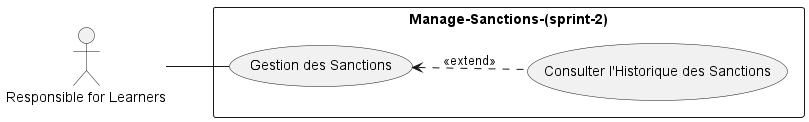
Before: out/Functional Branch/Use Case/Use-Case-Sprint2/Use-Case-Sprint2.png, a diagram exported from PlantUML (Tribak-Ayoub/Project-fil-rouge).
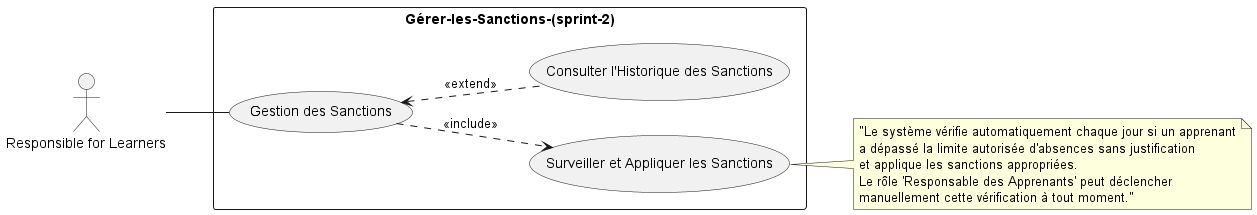
The same file after the commit.

Change to the diagram source:
```diff
@@ -2,13 +2,23 @@
 left to right direction
 actor "Responsible for Learners" as Admin
 
-rectangle Manage-Sanctions-(sprint-2) {
+rectangle Gérer-les-Sanctions-(sprint-2) {
+  usecase "Surveiller et Appliquer les Sanctions" as UC2
   usecase "Consulter l'Historique des Sanctions" as UC4
   usecase "Gestion des Sanctions" as UC5
 }
 
+note right of UC2
+"Le système vérifie automatiquement chaque jour si un apprenant
+a dépassé la limite autorisée d'absences sans justification
+et applique les sanctions appropriées.
+Le rôle 'Responsable des Apprenants' peut déclencher
+manuellement cette vérification à tout moment."
+end note
+
 Admin -- UC5
 
 UC5 <.. UC4 : <<extend>>
+UC5 ..> UC2 : <<include>>
 
 @enduml
```
